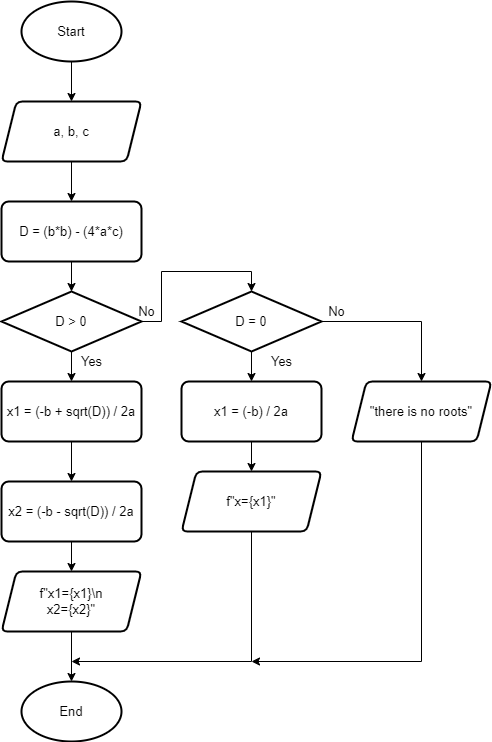
SlayVic/Charts keeps this draw.io diagram as Architecture1.1.drawio.png. Above is the earlier version. Source tidied: cells renumbered, new cells last; positions are measured from the earlier drawing's top-left corner, leaving out a move shared by most shapes.
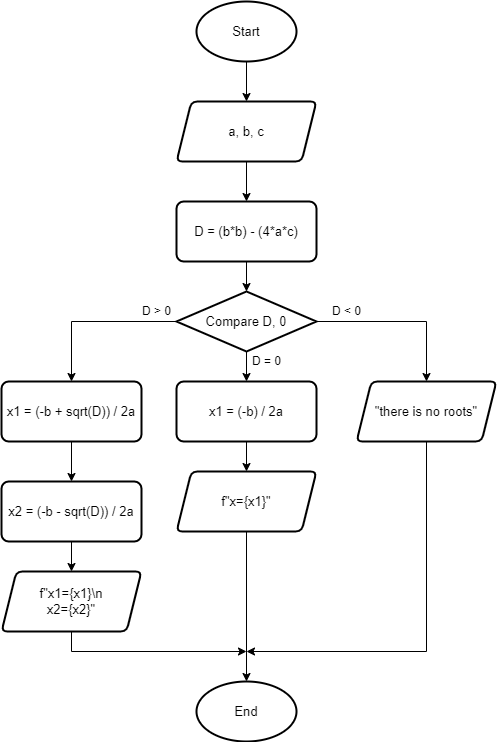
After the commit.

Diff of the diagram source:
```diff
@@ -24,80 +24,71 @@
       <mxGeometry relative="1" as="geometry" />
     </mxCell>
     <mxCell id="9" value="x1 = (-b + sqrt(D)) / 2a" style="whiteSpace=wrap;html=1;rounded=1;strokeWidth=2;arcSize=12;fontSize=13;" parent="1" vertex="1">
-      <mxGeometry y="380" width="140" height="60" as="geometry" />
+      <mxGeometry x="-175" y="380" width="140" height="60" as="geometry" />
     </mxCell>
     <mxCell id="10" style="edgeStyle=orthogonalEdgeStyle;rounded=0;jettySize=auto;html=1;exitX=0.5;exitY=1;exitDx=0;exitDy=0;entryX=0.5;entryY=0;entryDx=0;entryDy=0;fontSize=13;" parent="1" edge="1" source="11" target="13">
       <mxGeometry relative="1" as="geometry" />
     </mxCell>
     <mxCell id="11" value="x2 = (-b - sqrt(D)) / 2a" style="whiteSpace=wrap;html=1;rounded=1;strokeWidth=2;arcSize=12;fontSize=13;" parent="1" vertex="1">
-      <mxGeometry y="480" width="140" height="60" as="geometry" />
+      <mxGeometry x="-175" y="480" width="140" height="60" as="geometry" />
     </mxCell>
-    <mxCell id="12" style="edgeStyle=orthogonalEdgeStyle;rounded=0;jettySize=auto;html=1;exitX=0.5;exitY=1;exitDx=0;exitDy=0;entryX=0.5;entryY=0;entryDx=0;entryDy=0;entryPerimeter=0;fontSize=12;" parent="1" edge="1" source="13" target="30">
-      <mxGeometry relative="1" as="geometry" />
-    </mxCell>
+    <mxCell id="31" style="edgeStyle=orthogonalEdgeStyle;rounded=0;jettySize=auto;html=1;exitX=0.5;exitY=1;exitDx=0;exitDy=0;" parent="1" edge="1" source="13">
+      <mxGeometry relative="1" as="geometry">
+        <mxPoint x="70" y="650" as="targetPoint" />
+        <Array as="points">
+          <mxPoint x="-105" y="650" />
+        </Array>
+      </mxGeometry>
+    </mxCell>
     <mxCell id="13" value="f&quot;x1={x1}\n&lt;br style=&quot;font-size: 13px;&quot;&gt;x2={x2}&quot;" style="shape=parallelogram;html=1;strokeWidth=2;perimeter=parallelogramPerimeter;whiteSpace=wrap;rounded=1;arcSize=12;size=0.10714285714285714;fontSize=13;" parent="1" vertex="1">
-      <mxGeometry y="570" width="140" height="60" as="geometry" />
+      <mxGeometry x="-175" y="570" width="140" height="60" as="geometry" />
     </mxCell>
-    <mxCell id="14" style="edgeStyle=orthogonalEdgeStyle;rounded=0;jettySize=auto;html=1;exitX=0.5;exitY=1;exitDx=0;exitDy=0;exitPerimeter=0;entryX=0.5;entryY=0;entryDx=0;entryDy=0;fontSize=13;" parent="1" edge="1" source="16" target="9">
+    <mxCell id="14" style="edgeStyle=orthogonalEdgeStyle;rounded=0;jettySize=auto;html=1;exitX=0;exitY=0.5;exitDx=0;exitDy=0;exitPerimeter=0;entryX=0.5;entryY=0;entryDx=0;entryDy=0;" parent="1" edge="1" source="16" target="9">
       <mxGeometry relative="1" as="geometry" />
     </mxCell>
-    <mxCell id="15" style="edgeStyle=orthogonalEdgeStyle;rounded=0;jettySize=auto;html=1;exitX=1;exitY=0.5;exitDx=0;exitDy=0;exitPerimeter=0;entryX=0.5;entryY=0;entryDx=0;entryDy=0;entryPerimeter=0;fontSize=13;" parent="1" edge="1" source="16" target="20">
-      <mxGeometry relative="1" as="geometry" />
-    </mxCell>
+    <mxCell id="32" style="edgeStyle=orthogonalEdgeStyle;rounded=0;jettySize=auto;html=1;exitX=1;exitY=0.5;exitDx=0;exitDy=0;exitPerimeter=0;" parent="1" edge="1" source="16" target="27">
+      <mxGeometry relative="1" as="geometry" />
+    </mxCell>
+    <mxCell id="33" style="edgeStyle=orthogonalEdgeStyle;rounded=0;jettySize=auto;html=1;exitX=0.5;exitY=1;exitDx=0;exitDy=0;exitPerimeter=0;entryX=0.5;entryY=0;entryDx=0;entryDy=0;" parent="1" edge="1" source="16" target="23">
+      <mxGeometry relative="1" as="geometry" />
+    </mxCell>
-    <mxCell id="16" value="D &amp;gt; 0" style="strokeWidth=2;html=1;shape=mxgraph.flowchart.decision;whiteSpace=wrap;fontSize=13;" parent="1" vertex="1">
+    <mxCell id="16" value="Compare D, 0" style="strokeWidth=2;html=1;shape=mxgraph.flowchart.decision;whiteSpace=wrap;fontSize=13;" parent="1" vertex="1">
       <mxGeometry y="290" width="140" height="60" as="geometry" />
     </mxCell>
-    <mxCell id="17" value="Yes" style="text;html=1;align=center;verticalAlign=middle;strokeColor=none;fillColor=none;fontSize=13;" parent="1" vertex="1">
-      <mxGeometry x="70" y="350" width="40" height="20" as="geometry" />
-    </mxCell>
-    <mxCell id="18" style="edgeStyle=orthogonalEdgeStyle;rounded=0;jettySize=auto;html=1;exitX=0.5;exitY=1;exitDx=0;exitDy=0;exitPerimeter=0;entryX=0.5;entryY=0;entryDx=0;entryDy=0;fontSize=13;" parent="1" edge="1" source="20" target="23">
-      <mxGeometry relative="1" as="geometry" />
-    </mxCell>
-    <mxCell id="19" style="edgeStyle=orthogonalEdgeStyle;rounded=0;jettySize=auto;html=1;exitX=1;exitY=0.5;exitDx=0;exitDy=0;exitPerimeter=0;entryX=0.5;entryY=0;entryDx=0;entryDy=0;fontSize=13;" parent="1" edge="1" source="20" target="27">
-      <mxGeometry relative="1" as="geometry" />
-    </mxCell>
-    <mxCell id="20" value="D = 0" style="strokeWidth=2;html=1;shape=mxgraph.flowchart.decision;whiteSpace=wrap;fontSize=13;" parent="1" vertex="1">
-      <mxGeometry x="180" y="290" width="140" height="60" as="geometry" />
-    </mxCell>
-    <mxCell id="21" value="No" style="text;html=1;align=center;verticalAlign=middle;strokeColor=none;fillColor=none;fontSize=13;" parent="1" vertex="1">
-      <mxGeometry x="130" y="300" width="30" height="20" as="geometry" />
-    </mxCell>
     <mxCell id="22" style="edgeStyle=orthogonalEdgeStyle;rounded=0;jettySize=auto;html=1;exitX=0.5;exitY=1;exitDx=0;exitDy=0;entryX=0.5;entryY=0;entryDx=0;entryDy=0;fontSize=13;" parent="1" edge="1" source="23" target="25">
       <mxGeometry relative="1" as="geometry" />
     </mxCell>
     <mxCell id="23" value="x1 = (-b) / 2a" style="whiteSpace=wrap;html=1;rounded=1;strokeWidth=2;arcSize=12;fontSize=13;" parent="1" vertex="1">
-      <mxGeometry x="180" y="380" width="140" height="60" as="geometry" />
+      <mxGeometry y="380" width="140" height="60" as="geometry" />
     </mxCell>
-    <mxCell id="24" style="edgeStyle=orthogonalEdgeStyle;rounded=0;jettySize=auto;html=1;exitX=0.5;exitY=1;exitDx=0;exitDy=0;fontSize=12;" parent="1" edge="1" source="25">
-      <mxGeometry relative="1" as="geometry">
-        <mxPoint x="70" y="660" as="targetPoint" />
-        <Array as="points">
-          <mxPoint x="250" y="660" />
-        </Array>
-      </mxGeometry>
-    </mxCell>
+    <mxCell id="34" style="edgeStyle=orthogonalEdgeStyle;rounded=0;jettySize=auto;html=1;exitX=0.5;exitY=1;exitDx=0;exitDy=0;entryX=0.5;entryY=0;entryDx=0;entryDy=0;entryPerimeter=0;" parent="1" edge="1" source="25" target="30">
+      <mxGeometry relative="1" as="geometry" />
+    </mxCell>
     <mxCell id="25" value="f&quot;x={x1}&quot;" style="shape=parallelogram;html=1;strokeWidth=2;perimeter=parallelogramPerimeter;whiteSpace=wrap;rounded=1;arcSize=12;size=0.10714285714285714;fontSize=13;" parent="1" vertex="1">
-      <mxGeometry x="180" y="470" width="140" height="60" as="geometry" />
+      <mxGeometry y="470" width="140" height="60" as="geometry" />
     </mxCell>
-    <mxCell id="26" style="edgeStyle=orthogonalEdgeStyle;rounded=0;jettySize=auto;html=1;exitX=0.5;exitY=1;exitDx=0;exitDy=0;fontSize=12;" parent="1" edge="1" source="27">
-      <mxGeometry relative="1" as="geometry">
-        <mxPoint x="250" y="660" as="targetPoint" />
-        <Array as="points">
-          <mxPoint x="420" y="660" />
-        </Array>
-      </mxGeometry>
-    </mxCell>
+    <mxCell id="35" style="edgeStyle=orthogonalEdgeStyle;rounded=0;jettySize=auto;html=1;exitX=0.5;exitY=1;exitDx=0;exitDy=0;" parent="1" edge="1" source="27">
+      <mxGeometry relative="1" as="geometry">
+        <mxPoint x="70" y="650" as="targetPoint" />
+        <Array as="points">
+          <mxPoint x="250" y="650" />
+        </Array>
+      </mxGeometry>
+    </mxCell>
     <mxCell id="27" value="&quot;there is no roots&quot;" style="shape=parallelogram;html=1;strokeWidth=2;perimeter=parallelogramPerimeter;whiteSpace=wrap;rounded=1;arcSize=12;size=0.10714285714285714;fontSize=13;" parent="1" vertex="1">
-      <mxGeometry x="350" y="380" width="140" height="60" as="geometry" />
+      <mxGeometry x="180" y="380" width="140" height="60" as="geometry" />
     </mxCell>
-    <mxCell id="28" value="No" style="text;html=1;align=center;verticalAlign=middle;strokeColor=none;fillColor=none;fontSize=13;" parent="1" vertex="1">
-      <mxGeometry x="320" y="300" width="30" height="20" as="geometry" />
-    </mxCell>
-    <mxCell id="29" value="Yes" style="text;html=1;align=center;verticalAlign=middle;strokeColor=none;fillColor=none;fontSize=13;" parent="1" vertex="1">
-      <mxGeometry x="260" y="350" width="40" height="20" as="geometry" />
-    </mxCell>
     <mxCell id="30" value="End" style="strokeWidth=2;html=1;shape=mxgraph.flowchart.start_1;whiteSpace=wrap;fontSize=13;" parent="1" vertex="1">
       <mxGeometry x="20" y="680" width="100" height="60" as="geometry" />
     </mxCell>
+    <mxCell id="36" value="D &amp;lt; 0" style="text;html=1;align=center;verticalAlign=middle;strokeColor=none;fillColor=none;" parent="1" vertex="1">
+      <mxGeometry x="150" y="300" width="40" height="20" as="geometry" />
+    </mxCell>
+    <mxCell id="20" value="D = 0" style="text;html=1;align=center;verticalAlign=middle;points=[];strokeColor=none;fillColor=none;" parent="1" vertex="1">
+      <mxGeometry x="70" y="350" width="40" height="20" as="geometry" />
+    </mxCell>
+    <mxCell id="37" value="D &amp;gt; 0" style="text;html=1;align=center;verticalAlign=middle;strokeColor=none;fillColor=none;" parent="1" vertex="1">
+      <mxGeometry x="-40" y="300" width="40" height="20" as="geometry" />
+    </mxCell>
   </root>
 </mxGraphModel>
```
